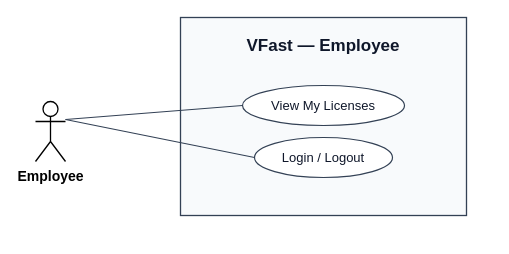
This is docs/diagrams/out/uc_employee.drawio from cuonglpv/VFast, a draw.io file, before an edit. Source tidied: cells renumbered, new cells numbered last; positions are measured from the earlier drawing's top-left corner, leaving out a move shared by most shapes. Both pictures are drawn from the tidied source at 100%, with x=0, y=0 at pixel (35, 17).
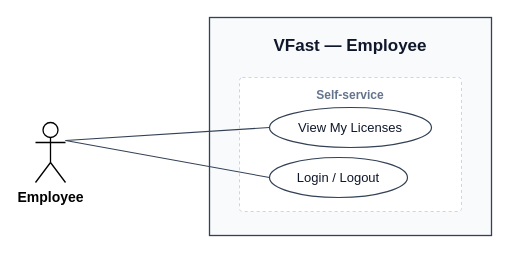
After the change.

What changed in the source:
```diff
@@
 <mxGraphModel>
   <root>
     <mxCell id="0" />
     <mxCell id="1" parent="0" />
     <mxCell id="2" value="VFast — Employee" style="rounded=0;whiteSpace=wrap;html=1;fillColor=#F8FAFC;strokeColor=#334155;strokeWidth=1.3;verticalAlign=top;fontSize=17;fontStyle=1;fontColor=#0f172a;spacingTop=12;fontFamily=Arial;" parent="1" vertex="1">
-      <mxGeometry x="145" width="286" height="198" as="geometry" />
+      <mxGeometry x="174" width="282" height="218" as="geometry" />
     </mxCell>
-    <mxCell id="3" value="View My Licenses" style="ellipse;whiteSpace=wrap;html=1;fillColor=#ffffff;strokeColor=#334155;strokeWidth=1.2;fontSize=13;fontColor=#0f172a;fontFamily=Arial;" parent="1" vertex="1">
-      <mxGeometry x="207" y="68" width="162" height="40" as="geometry" />
+    <mxCell id="3" value="Self-service" style="rounded=1;arcSize=6;absoluteArcSize=1;whiteSpace=wrap;html=1;fillColor=#ffffff;strokeColor=#CBD5E1;dashed=1;strokeWidth=1;verticalAlign=top;align=center;spacingTop=4;fontSize=12;fontStyle=1;fontColor=#64748B;fontFamily=Arial;" parent="1" vertex="1">
+      <mxGeometry x="204" y="60" width="222" height="134" as="geometry" />
     </mxCell>
-    <mxCell id="4" value="Login / Logout" style="ellipse;whiteSpace=wrap;html=1;fillColor=#ffffff;strokeColor=#334155;strokeWidth=1.2;fontSize=13;fontColor=#0f172a;fontFamily=Arial;" parent="1" vertex="1">
-      <mxGeometry x="219" y="120" width="138" height="40" as="geometry" />
+    <mxCell id="4" value="View My Licenses" style="ellipse;whiteSpace=wrap;html=1;fillColor=#ffffff;strokeColor=#334155;strokeWidth=1.2;fontSize=13;fontColor=#0f172a;fontFamily=Arial;" parent="1" vertex="1">
+      <mxGeometry x="234" y="90" width="162" height="40" as="geometry" />
     </mxCell>
-    <mxCell id="5" value="Employee" style="shape=umlActor;verticalLabelPosition=bottom;verticalAlign=top;html=1;outlineConnect=0;fontSize=14;fontStyle=1;fontFamily=Arial;strokeWidth=1.3;" parent="1" vertex="1">
-      <mxGeometry y="84" width="30" height="60" as="geometry" />
+    <mxCell id="5" value="Login / Logout" style="ellipse;whiteSpace=wrap;html=1;fillColor=#ffffff;strokeColor=#334155;strokeWidth=1.2;fontSize=13;fontColor=#0f172a;fontFamily=Arial;" parent="1" vertex="1">
+      <mxGeometry x="234" y="140" width="138" height="40" as="geometry" />
     </mxCell>
-    <mxCell id="6" style="endArrow=none;html=1;rounded=0;strokeColor=#334155;strokeWidth=1.1;exitX=1;exitY=0.3;exitDx=0;exitDy=0;exitPerimeter=0;entryX=0;entryY=0.5;entryDx=0;entryDy=0;" parent="1" edge="1" source="5" target="3">
-      <mxGeometry relative="1" as="geometry" />
+    <mxCell id="6" value="Employee" style="shape=umlActor;verticalLabelPosition=bottom;verticalAlign=top;html=1;outlineConnect=0;fontSize=14;fontStyle=1;fontFamily=Arial;strokeWidth=1.3;" parent="1" vertex="1">
+      <mxGeometry y="105" width="30" height="60" as="geometry" />
     </mxCell>
-    <mxCell id="7" style="endArrow=none;html=1;rounded=0;strokeColor=#334155;strokeWidth=1.1;exitX=1;exitY=0.3;exitDx=0;exitDy=0;exitPerimeter=0;entryX=0;entryY=0.5;entryDx=0;entryDy=0;" parent="1" edge="1" source="5" target="4">
+    <mxCell id="7" style="endArrow=none;html=1;rounded=0;strokeColor=#334155;strokeWidth=1.1;exitX=1;exitY=0.3;exitDx=0;exitDy=0;exitPerimeter=0;entryX=0;entryY=0.5;entryDx=0;entryDy=0;" parent="1" edge="1" source="6" target="4">
       <mxGeometry relative="1" as="geometry" />
     </mxCell>
+    <mxCell id="8" style="endArrow=none;html=1;rounded=0;strokeColor=#334155;strokeWidth=1.1;exitX=1;exitY=0.3;exitDx=0;exitDy=0;exitPerimeter=0;entryX=0;entryY=0.5;entryDx=0;entryDy=0;" parent="1" edge="1" source="6" target="5">
+      <mxGeometry relative="1" as="geometry" />
+    </mxCell>
   </root>
 </mxGraphModel>
```
